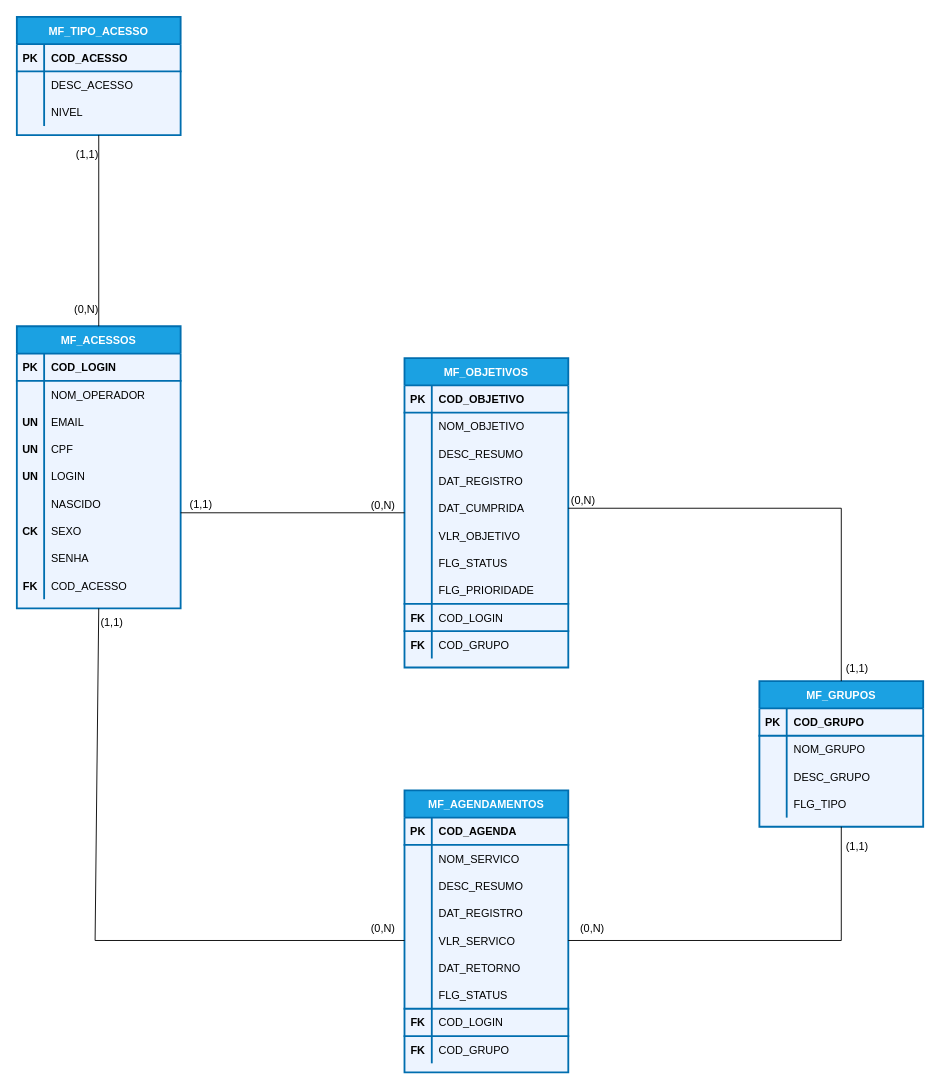
The draw.io diagram relacionamento cimplificado estrutura banco.drawio in JAILTONDPAULA/REAIS-MYSQL, before the edit. Source tidied: cells renumbered, new cells numbered last; positions are measured from the earlier drawing's top-left corner, leaving out a move shared by most shapes. Both pictures are drawn from the tidied source at 91%, with x=0, y=0 at pixel (16, 16).
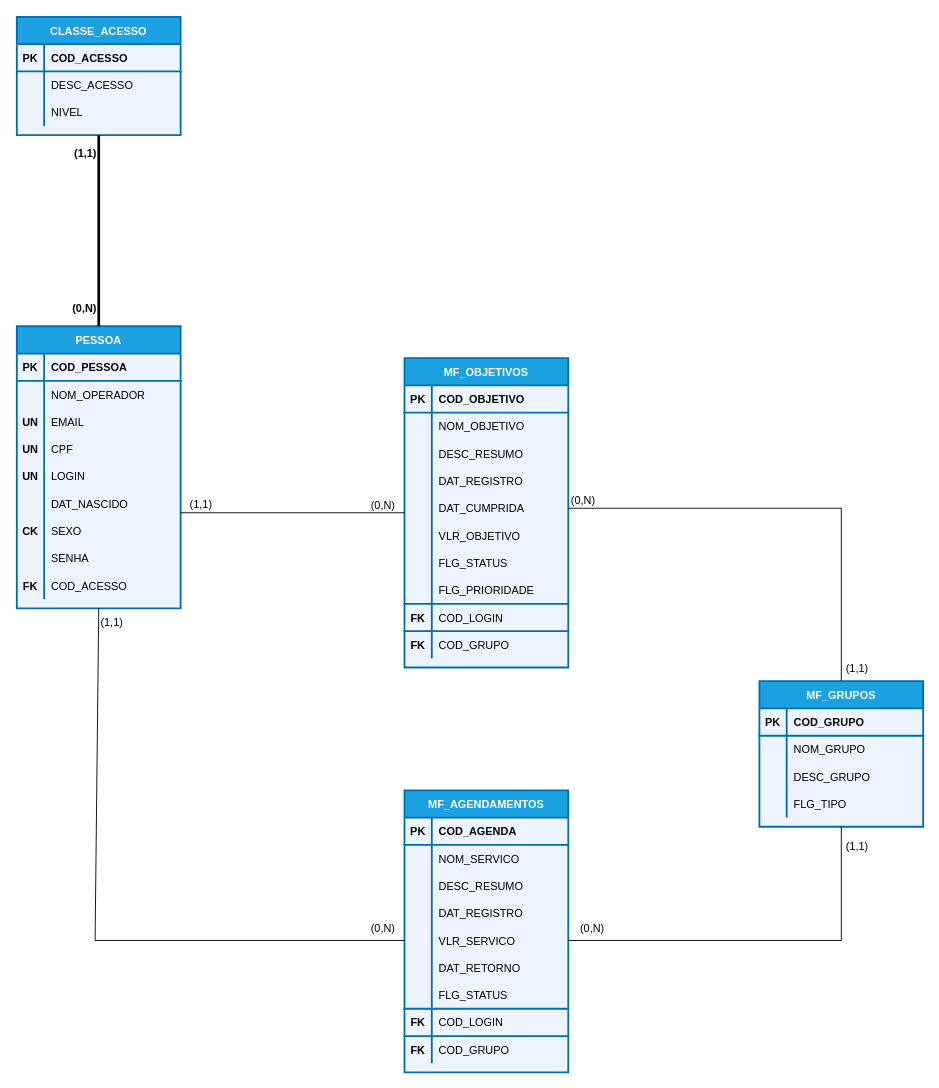
After the change.

Commit message (it also covers changes not shown here):
Troca estrutura tabelas

Unchanged cells that the change refers to:
```xml
<mxCell id="3" style="shape=partialRectangle;fillColor=none;top=0;left=0;bottom=1;right=0;strokeColor=#006EAF;strokeWidth=2;" parent="2" vertex="1">
  <mxGeometry y="30" width="180" height="30" as="geometry" />
</mxCell>
<mxCell id="18" style="shape=partialRectangle;fillColor=none;top=0;left=0;bottom=0;right=0;" parent="2" vertex="1">
  <mxGeometry y="180" width="180" height="30" as="geometry" />
</mxCell>
```

Diff of the diagram source:
```diff
@@
-    <mxCell id="2" value="MF_ACESSOS" style="shape=table;startSize=30;childLayout=tableLayout;rowLines=0;fontStyle=1;align=center;fillColor=#1ba1e2;fontColor=#ffffff;swimlaneFillColor=#EDF4FF;strokeWidth=2;strokeColor=#006EAF;" parent="1" vertex="1">
+    <mxCell id="2" value="PESSOA" style="shape=table;startSize=30;childLayout=tableLayout;rowLines=0;fontStyle=1;align=center;fillColor=#1ba1e2;fontColor=#ffffff;swimlaneFillColor=#EDF4FF;strokeWidth=2;strokeColor=#006EAF;" parent="1" vertex="1">
       <mxGeometry y="340" width="180" height="310" as="geometry" />
     </mxCell>
@@
-    <mxCell id="5" value="COD_LOGIN" style="shape=partialRectangle;fillColor=none;top=0;left=0;bottom=0;right=0;align=left;spacingLeft=6;fontStyle=1;overflow=hidden;" parent="3" vertex="1">
+    <mxCell id="5" value="COD_PESSOA" style="shape=partialRectangle;fillColor=none;top=0;left=0;bottom=0;right=0;align=left;spacingLeft=6;fontStyle=1;overflow=hidden;" parent="3" vertex="1">
       <mxGeometry x="30" width="150" height="30" as="geometry" />
     </mxCell>
@@
-    <mxCell id="20" value="NASCIDO" style="shape=partialRectangle;fillColor=none;top=0;left=0;bottom=0;right=0;align=left;spacingLeft=6;overflow=hidden;" parent="18" vertex="1">
+    <mxCell id="20" value="DAT_NASCIDO" style="shape=partialRectangle;fillColor=none;top=0;left=0;bottom=0;right=0;align=left;spacingLeft=6;overflow=hidden;" parent="18" vertex="1">
       <mxGeometry x="30" width="150" height="30" as="geometry" />
     </mxCell>
@@
-    <mxCell id="115" value="MF_TIPO_ACESSO" style="shape=table;startSize=30;childLayout=tableLayout;rowLines=0;fontStyle=1;align=center;fillColor=#1ba1e2;fontColor=#ffffff;swimlaneFillColor=#EDF4FF;strokeWidth=2;strokeColor=#006EAF;" parent="1" vertex="1">
+    <mxCell id="115" value="CLASSE_ACESSO" style="shape=table;startSize=30;childLayout=tableLayout;rowLines=0;fontStyle=1;align=center;fillColor=#1ba1e2;fontColor=#ffffff;swimlaneFillColor=#EDF4FF;strokeWidth=2;strokeColor=#006EAF;" parent="1" vertex="1">
       <mxGeometry width="180" height="130" as="geometry" />
     </mxCell>
@@
-    <mxCell id="125" style="endArrow=none;html=1;rounded=0;exitX=0.5;exitY=0;exitDx=0;exitDy=0;entryX=0.5;entryY=1;entryDx=0;entryDy=0;" parent="1" edge="1" source="2" target="115">
+    <mxCell id="125" style="endArrow=none;html=1;rounded=0;exitX=0.5;exitY=0;exitDx=0;exitDy=0;entryX=0.5;entryY=1;entryDx=0;entryDy=0;strokeWidth=3;" parent="1" edge="1" source="2" target="115">
       <mxGeometry relative="1" as="geometry" />
     </mxCell>
+    <mxCell id="127" value="(0,N)" style="html=1;align=right;verticalAlign=bottom;fontStyle=1;" parent="1" vertex="1">
+      <mxGeometry x="90" y="320" as="geometry">
+        <mxPoint x="-2" y="9" as="offset" />
+      </mxGeometry>
+    </mxCell>
-    <mxCell id="126" value="(1,1)" style="html=1;align=right;verticalAlign=bottom;" parent="125" vertex="1">
-      <mxGeometry x="1" relative="1" as="geometry">
-        <mxPoint y="30" as="offset" />
+    <mxCell id="126" value="(1,1)" style="html=1;align=right;verticalAlign=bottom;fontStyle=1;" parent="1" vertex="1">
+      <mxGeometry x="90" y="150" as="geometry">
+        <mxPoint x="-2" y="9" as="offset" />
       </mxGeometry>
     </mxCell>
-    <mxCell id="127" value="(0,N)" style="html=1;align=right;verticalAlign=bottom;" parent="1" vertex="1">
-      <mxGeometry x="90" y="330" as="geometry" />
-    </mxCell>
```
